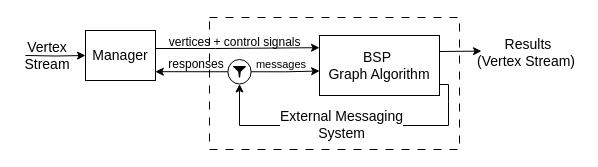
komzy/FlinkPregelPaper keeps this draw.io diagram as page "BSP" (3 of 10) of All execution models.drawio. Above is the earlier version. Source tidied: cells renumbered, new cells numbered last; positions are measured from the earlier drawing's top-left corner, leaving out a move shared by most shapes. Both pictures are drawn from the tidied source at 100%, with x=0, y=0 at pixel (17, 17).
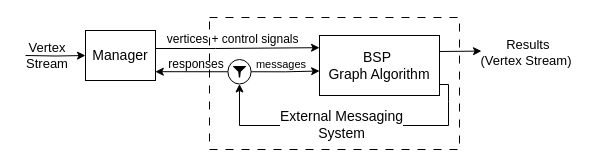
The same page after the edit.

What changed in the source:
```diff
@@
-    <mxCell id="7" value="&amp;nbsp;Results&lt;div&gt;(Vertex Stream)&lt;/div&gt;" style="text;html=1;whiteSpace=wrap;strokeColor=none;fillColor=none;align=center;verticalAlign=middle;rounded=0;fontSize=14;" parent="1" vertex="1">
+    <mxCell id="7" value="&amp;nbsp;Results&lt;div&gt;(Vertex Stream)&lt;/div&gt;" style="text;html=1;whiteSpace=wrap;strokeColor=none;fillColor=none;align=center;verticalAlign=middle;rounded=0;fontSize=13;" parent="1" vertex="1">
       <mxGeometry x="454" y="15" width="110" height="40" as="geometry" />
     </mxCell>
-    <mxCell id="8" value="Vertex Stream" style="text;html=1;whiteSpace=wrap;strokeColor=none;fillColor=none;align=center;verticalAlign=middle;rounded=0;fontSize=14;" parent="1" vertex="1">
+    <mxCell id="8" value="Vertex Stream" style="text;html=1;whiteSpace=wrap;strokeColor=none;fillColor=none;align=center;verticalAlign=middle;rounded=0;fontSize=13;" parent="1" vertex="1">
       <mxGeometry y="23" width="60" height="30" as="geometry" />
     </mxCell>
@@
     <mxCell id="12" value="&lt;font&gt;&amp;nbsp;&lt;span style=&quot;background-color: transparent; color: light-dark(rgb(0, 0, 0), rgb(255, 255, 255));&quot;&gt;vertices + control&amp;nbsp;&lt;/span&gt;&lt;/font&gt;&lt;span style=&quot;background-color: transparent; color: light-dark(rgb(0, 0, 0), rgb(255, 255, 255));&quot;&gt;signals&lt;/span&gt;" style="text;html=1;whiteSpace=wrap;strokeColor=none;fillColor=none;align=center;verticalAlign=middle;rounded=0;fontSize=12;" parent="1" vertex="1">
-      <mxGeometry x="137" y="8" width="158" height="34" as="geometry" />
+      <mxGeometry x="135" y="5" width="158" height="34" as="geometry" />
     </mxCell>
```
